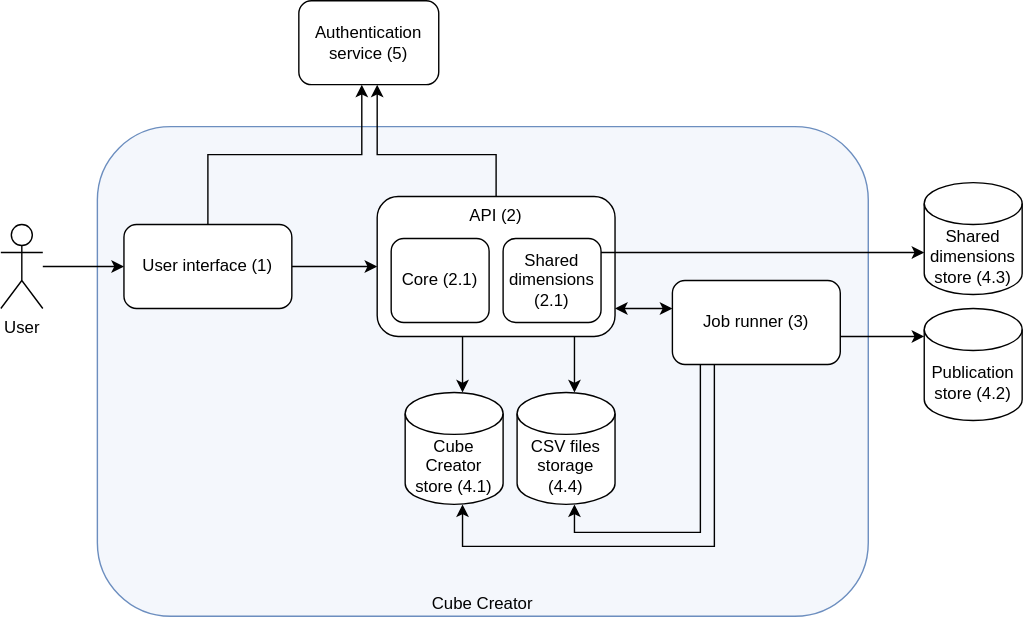
The draw.io diagram docs/high-level-architecture.svg in zazuko/cube-creator, before a commit. Source tidied: cells renumbered, new cells last; positions are measured from the earlier drawing's top-left corner, leaving out a move shared by most shapes.
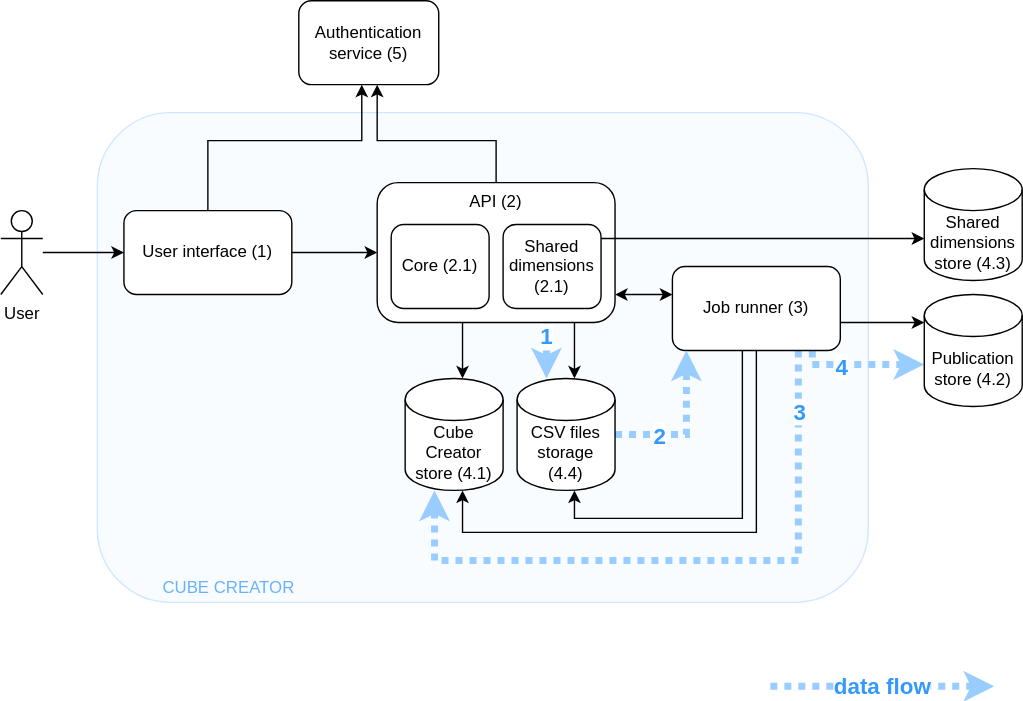
After the change.

Commit message:
docs: add data flow arrows

Change to the diagram source:
```diff
@@ -2,9 +2,9 @@
   <root>
     <mxCell id="0" />
     <mxCell id="1" parent="0" />
-    <mxCell id="2" value="Cube Creator" style="rounded=1;whiteSpace=wrap;html=1;strokeColor=#6c8ebf;fillColor=#F4F7FC;verticalAlign=bottom;" parent="1" vertex="1">
-      <mxGeometry x="69" y="90" width="551" height="350" as="geometry" />
-    </mxCell>
+    <mxCell id="25" value="CUBE CREATOR" style="rounded=1;whiteSpace=wrap;html=1;verticalAlign=bottom;align=left;spacingLeft=45;spacingBottom=1;shadow=0;glass=0;sketch=0;fontColor=#66B2FF;opacity=30;strokeColor=#66B2FF;fillColor=#EBF3FF;" parent="1" vertex="1">
+      <mxGeometry x="69" y="90" width="551" height="350" as="geometry" />
+    </mxCell>
     <mxCell id="3" style="edgeStyle=orthogonalEdgeStyle;rounded=0;jettySize=auto;html=1;" parent="1" edge="1" source="5" target="13">
       <mxGeometry relative="1" as="geometry">
         <Array as="points">
@@ -27,30 +27,55 @@
         </Array>
       </mxGeometry>
     </mxCell>
-    <mxCell id="7" style="edgeStyle=orthogonalEdgeStyle;rounded=0;jettySize=auto;html=1;startArrow=none;startFill=0;" parent="1" edge="1" source="10" target="15">
-      <mxGeometry relative="1" as="geometry">
-        <Array as="points">
-          <mxPoint x="640" y="240" />
-          <mxPoint x="640" y="240" />
-        </Array>
-      </mxGeometry>
-    </mxCell>
+    <mxCell id="26" style="edgeStyle=orthogonalEdgeStyle;rounded=0;jettySize=auto;html=1;startArrow=none;startFill=0;" parent="1" edge="1" source="10" target="15">
+      <mxGeometry relative="1" as="geometry">
+        <Array as="points">
+          <mxPoint x="640" y="240" />
+          <mxPoint x="640" y="240" />
+        </Array>
+      </mxGeometry>
+    </mxCell>
     <mxCell id="8" style="edgeStyle=orthogonalEdgeStyle;rounded=0;jettySize=auto;html=1;startArrow=none;startFill=0;" parent="1" edge="1" source="10" target="24">
       <mxGeometry relative="1" as="geometry">
         <Array as="points">
-          <mxPoint x="500" y="380" />
+          <mxPoint x="530" y="380" />
           <mxPoint x="410" y="380" />
         </Array>
       </mxGeometry>
     </mxCell>
-    <mxCell id="9" style="edgeStyle=orthogonalEdgeStyle;rounded=0;jettySize=auto;html=1;startArrow=none;startFill=0;" parent="1" edge="1" source="10" target="14">
-      <mxGeometry relative="1" as="geometry">
-        <Array as="points">
-          <mxPoint x="510" y="390" />
-          <mxPoint x="330" y="390" />
-        </Array>
-      </mxGeometry>
-    </mxCell>
+    <mxCell id="27" style="edgeStyle=orthogonalEdgeStyle;rounded=0;jettySize=auto;html=1;startArrow=none;startFill=0;" parent="1" edge="1" source="10" target="14">
+      <mxGeometry relative="1" as="geometry">
+        <Array as="points">
+          <mxPoint x="540" y="390" />
+          <mxPoint x="330" y="390" />
+        </Array>
+      </mxGeometry>
+    </mxCell>
+    <mxCell id="28" style="edgeStyle=orthogonalEdgeStyle;rounded=0;jettySize=auto;html=1;dashed=1;startArrow=none;startFill=0;strokeWidth=5;strokeColor=#99CCFF;dashPattern=1 1;" parent="1" edge="1" source="10" target="14">
+      <mxGeometry relative="1" as="geometry">
+        <Array as="points">
+          <mxPoint x="570" y="410" />
+          <mxPoint x="310" y="410" />
+        </Array>
+      </mxGeometry>
+    </mxCell>
+    <mxCell id="29" value="3" style="edgeLabel;html=1;align=center;verticalAlign=middle;fontSize=16;fontColor=#3399FF;fontStyle=1;rotation=0;" parent="28" vertex="1">
+      <mxGeometry x="-0.36" y="-3" relative="1" as="geometry">
+        <mxPoint x="3" y="-105" as="offset" />
+      </mxGeometry>
+    </mxCell>
+    <mxCell id="30" style="edgeStyle=orthogonalEdgeStyle;rounded=0;jettySize=auto;html=1;dashed=1;startArrow=none;startFill=0;strokeWidth=5;strokeColor=#99CCFF;dashPattern=1 1;" parent="1" edge="1" source="10" target="15">
+      <mxGeometry relative="1" as="geometry">
+        <Array as="points">
+          <mxPoint x="580" y="270" />
+        </Array>
+      </mxGeometry>
+    </mxCell>
+    <mxCell id="31" value="4" style="edgeLabel;html=1;align=center;verticalAlign=middle;fontSize=16;fontColor=#3399FF;fontStyle=1;" parent="30" vertex="1">
+      <mxGeometry x="-0.01" y="-1" relative="1" as="geometry">
+        <mxPoint x="-14" as="offset" />
+      </mxGeometry>
+    </mxCell>
     <mxCell id="10" value="Job runner (3)" style="rounded=1;whiteSpace=wrap;html=1;" parent="1" vertex="1">
       <mxGeometry x="480" y="200" width="120" height="60" as="geometry" />
     </mxCell>
@@ -61,7 +86,7 @@
       <mxGeometry y="160" width="30" height="60" as="geometry" />
     </mxCell>
     <mxCell id="13" value="Authentication service (5)" style="rounded=1;whiteSpace=wrap;html=1;" parent="1" vertex="1">
-      <mxGeometry x="213" width="100" height="60" as="geometry" />
+      <mxGeometry x="213" y="10" width="100" height="60" as="geometry" />
     </mxCell>
     <mxCell id="14" value="Cube Creator store (4.1)" style="shape=cylinder3;whiteSpace=wrap;html=1;boundedLbl=1;backgroundOutline=1;size=15;" parent="1" vertex="1">
       <mxGeometry x="289" y="280" width="70" height="80" as="geometry" />
@@ -80,14 +105,14 @@
         </Array>
       </mxGeometry>
     </mxCell>
-    <mxCell id="18" style="edgeStyle=orthogonalEdgeStyle;rounded=0;jettySize=auto;html=1;" parent="1" edge="1" source="20" target="24">
-      <mxGeometry relative="1" as="geometry">
-        <Array as="points">
-          <mxPoint x="410" y="260" />
-          <mxPoint x="410" y="260" />
-        </Array>
-      </mxGeometry>
-    </mxCell>
+    <mxCell id="32" style="edgeStyle=orthogonalEdgeStyle;rounded=0;jettySize=auto;html=1;" parent="1" edge="1" source="20" target="24">
+      <mxGeometry relative="1" as="geometry">
+        <Array as="points">
+          <mxPoint x="410" y="260" />
+          <mxPoint x="410" y="260" />
+        </Array>
+      </mxGeometry>
+    </mxCell>
     <mxCell id="19" style="edgeStyle=orthogonalEdgeStyle;rounded=0;jettySize=auto;html=1;startArrow=classic;startFill=1;" parent="1" edge="1" source="20" target="10">
       <mxGeometry relative="1" as="geometry">
         <Array as="points">
@@ -96,6 +121,14 @@
         </Array>
       </mxGeometry>
     </mxCell>
+    <mxCell id="33" value="1" style="edgeStyle=orthogonalEdgeStyle;rounded=0;jettySize=auto;html=1;startArrow=none;startFill=0;dashed=1;strokeWidth=5;fontStyle=1;fontSize=16;fontColor=#3399FF;strokeColor=#99CCFF;dashPattern=1 1;" parent="1" edge="1" source="20" target="24">
+      <mxGeometry x="-0.5" relative="1" as="geometry">
+        <Array as="points">
+          <mxPoint x="390" y="250" />
+          <mxPoint x="390" y="250" />
+        </Array>
+      </mxGeometry>
+    </mxCell>
     <mxCell id="20" value="API (2)" style="rounded=1;whiteSpace=wrap;html=1;verticalAlign=top;" parent="1" vertex="1">
       <mxGeometry x="269" y="140" width="170" height="100" as="geometry" />
     </mxCell>
@@ -113,8 +146,26 @@
     <mxCell id="23" value="Shared dimensions (2.1)" style="rounded=1;whiteSpace=wrap;html=1;" parent="1" vertex="1">
       <mxGeometry x="359" y="170" width="70" height="60" as="geometry" />
     </mxCell>
+    <mxCell id="34" style="edgeStyle=orthogonalEdgeStyle;rounded=0;jettySize=auto;html=1;dashed=1;startArrow=none;startFill=0;strokeWidth=5;strokeColor=#99CCFF;dashPattern=1 1;" parent="1" edge="1" source="24" target="10">
+      <mxGeometry relative="1" as="geometry">
+        <Array as="points">
+          <mxPoint x="490" y="320" />
+        </Array>
+      </mxGeometry>
+    </mxCell>
+    <mxCell id="35" value="2" style="edgeLabel;html=1;align=center;verticalAlign=middle;fontSize=16;fontColor=#3399FF;fontStyle=1;" parent="34" vertex="1">
+      <mxGeometry x="-0.66" y="-2" relative="1" as="geometry">
+        <mxPoint x="12" y="-2" as="offset" />
+      </mxGeometry>
+    </mxCell>
     <mxCell id="24" value="CSV files storage (4.4)" style="shape=cylinder3;whiteSpace=wrap;html=1;boundedLbl=1;backgroundOutline=1;size=15;" parent="1" vertex="1">
       <mxGeometry x="369" y="280" width="70" height="80" as="geometry" />
     </mxCell>
+    <mxCell id="36" value="data flow" style="endArrow=classic;html=1;dashed=1;strokeColor=#99CCFF;strokeWidth=5;fontSize=16;fontColor=#3399FF;fontStyle=1;dashPattern=1 1;" parent="1" edge="1">
+      <mxGeometry relative="1" as="geometry">
+        <mxPoint x="550" y="500" as="sourcePoint" />
+        <mxPoint x="710" y="500" as="targetPoint" />
+      </mxGeometry>
+    </mxCell>
   </root>
 </mxGraphModel>
```
